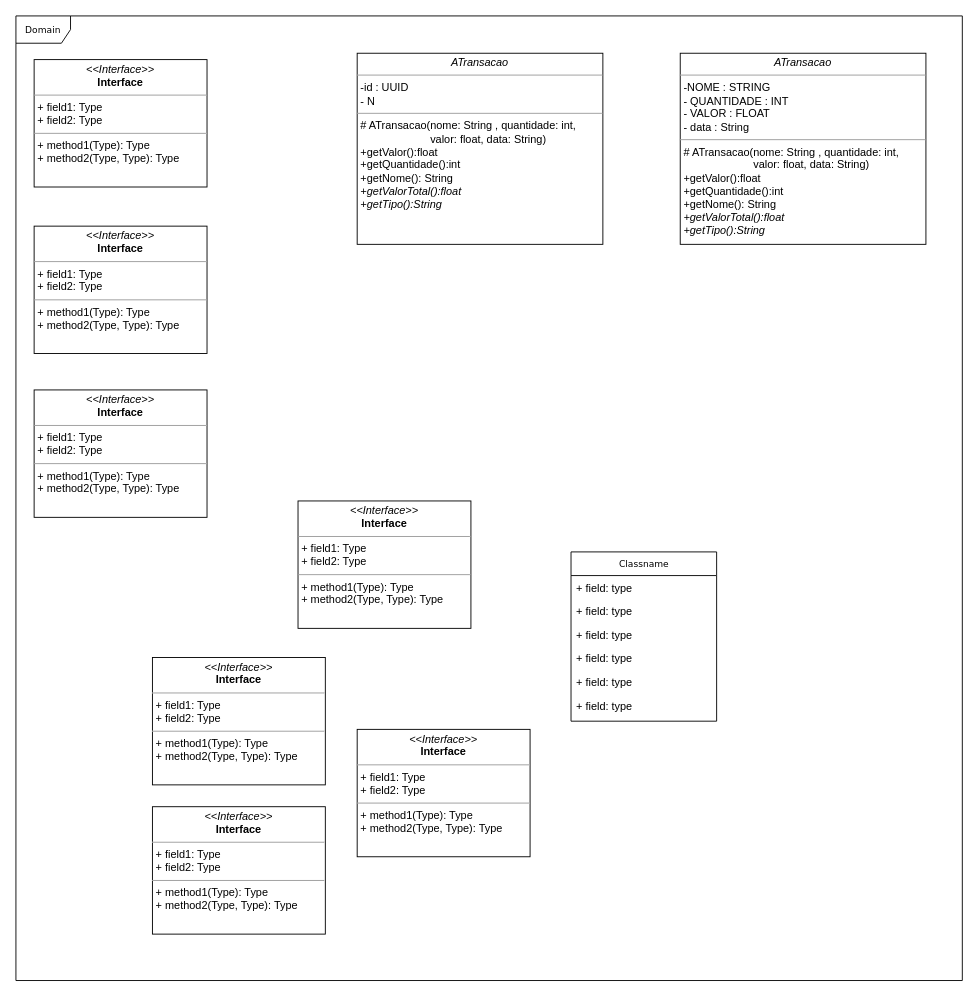
GBSuzuki/projeto-poo keeps this draw.io diagram as UML_Proj_POO.drawio. Above is the earlier version. Source tidied: cells renumbered, new cells numbered last; positions are measured from the earlier drawing's top-left corner, leaving out a move shared by most shapes. Both pictures are drawn from the tidied source at 91%, with x=0, y=0 at pixel (15, 15).
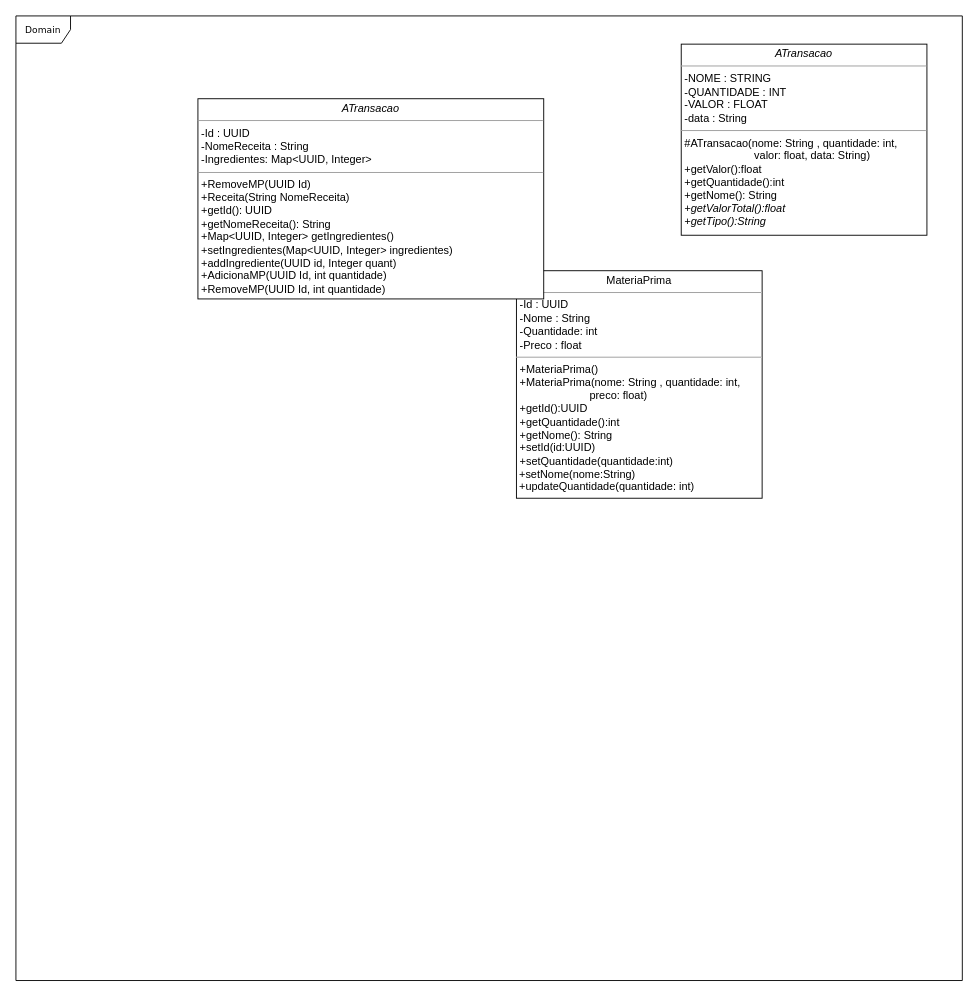
The same diagram, later.

Diff of the diagram source:
```diff
@@
-    <mxCell id="3" value="Classname" style="swimlane;html=1;fontStyle=0;horizontal=1;startSize=26;fillColor=none;swimlaneFillColor=#ffffff;rounded=0;shadow=0;comic=0;labelBackgroundColor=none;strokeColor=#000000;strokeWidth=1;fontFamily=Verdana;fontSize=10;fontColor=#000000;align=center;" parent="1" vertex="1">
-      <mxGeometry x="610" y="589" width="160" height="186" as="geometry" />
-    </mxCell>
-    <mxCell id="4" value="+ field: type" style="text;html=1;strokeColor=none;fillColor=none;align=left;verticalAlign=top;spacingLeft=4;spacingRight=4;whiteSpace=wrap;overflow=hidden;" parent="3" vertex="1">
-      <mxGeometry y="26" width="160" height="26" as="geometry" />
-    </mxCell>
-    <mxCell id="5" value="+ field: type" style="text;html=1;strokeColor=none;fillColor=none;align=left;verticalAlign=top;spacingLeft=4;spacingRight=4;whiteSpace=wrap;overflow=hidden;" parent="3" vertex="1">
-      <mxGeometry y="52" width="160" height="26" as="geometry" />
-    </mxCell>
-    <mxCell id="6" value="+ field: type" style="text;html=1;strokeColor=none;fillColor=none;align=left;verticalAlign=top;spacingLeft=4;spacingRight=4;whiteSpace=wrap;overflow=hidden;" parent="3" vertex="1">
-      <mxGeometry y="78" width="160" height="26" as="geometry" />
-    </mxCell>
-    <mxCell id="7" value="+ field: type" style="text;html=1;strokeColor=none;fillColor=none;align=left;verticalAlign=top;spacingLeft=4;spacingRight=4;whiteSpace=wrap;overflow=hidden;" parent="3" vertex="1">
-      <mxGeometry y="104" width="160" height="26" as="geometry" />
-    </mxCell>
-    <mxCell id="8" value="+ field: type" style="text;html=1;strokeColor=none;fillColor=none;align=left;verticalAlign=top;spacingLeft=4;spacingRight=4;whiteSpace=wrap;overflow=hidden;" parent="3" vertex="1">
-      <mxGeometry y="130" width="160" height="26" as="geometry" />
-    </mxCell>
-    <mxCell id="9" value="+ field: type" style="text;html=1;strokeColor=none;fillColor=none;align=left;verticalAlign=top;spacingLeft=4;spacingRight=4;whiteSpace=wrap;overflow=hidden;" parent="3" vertex="1">
-      <mxGeometry y="156" width="160" height="26" as="geometry" />
-    </mxCell>
@@
-    <mxCell id="11" value="&lt;p style=&quot;margin:0px;margin-top:4px;text-align:center;&quot;&gt;&lt;i&gt;&amp;lt;&amp;lt;Interface&amp;gt;&amp;gt;&lt;/i&gt;&lt;br/&gt;&lt;b&gt;Interface&lt;/b&gt;&lt;/p&gt;&lt;hr size=&quot;1&quot;/&gt;&lt;p style=&quot;margin:0px;margin-left:4px;&quot;&gt;+ field1: Type&lt;br/&gt;+ field2: Type&lt;/p&gt;&lt;hr size=&quot;1&quot;/&gt;&lt;p style=&quot;margin:0px;margin-left:4px;&quot;&gt;+ method1(Type): Type&lt;br/&gt;+ method2(Type, Type): Type&lt;/p&gt;" style="verticalAlign=top;align=left;overflow=fill;fontSize=12;fontFamily=Helvetica;html=1;rounded=0;shadow=0;comic=0;labelBackgroundColor=none;strokeColor=#000000;strokeWidth=1;fillColor=#ffffff;" parent="1" vertex="1">
-      <mxGeometry x="375" y="784" width="190" height="140" as="geometry" />
-    </mxCell>
-    <mxCell id="12" value="&lt;p style=&quot;margin:0px;margin-top:4px;text-align:center;&quot;&gt;&lt;i&gt;&amp;lt;&amp;lt;Interface&amp;gt;&amp;gt;&lt;/i&gt;&lt;br/&gt;&lt;b&gt;Interface&lt;/b&gt;&lt;/p&gt;&lt;hr size=&quot;1&quot;/&gt;&lt;p style=&quot;margin:0px;margin-left:4px;&quot;&gt;+ field1: Type&lt;br/&gt;+ field2: Type&lt;/p&gt;&lt;hr size=&quot;1&quot;/&gt;&lt;p style=&quot;margin:0px;margin-left:4px;&quot;&gt;+ method1(Type): Type&lt;br/&gt;+ method2(Type, Type): Type&lt;/p&gt;" style="verticalAlign=top;align=left;overflow=fill;fontSize=12;fontFamily=Helvetica;html=1;rounded=0;shadow=0;comic=0;labelBackgroundColor=none;strokeColor=#000000;strokeWidth=1;fillColor=#ffffff;" parent="1" vertex="1">
-      <mxGeometry x="310" y="533" width="190" height="140" as="geometry" />
-    </mxCell>
-    <mxCell id="13" value="&lt;p style=&quot;margin:0px;margin-top:4px;text-align:center;&quot;&gt;&lt;i&gt;&amp;lt;&amp;lt;Interface&amp;gt;&amp;gt;&lt;/i&gt;&lt;br/&gt;&lt;b&gt;Interface&lt;/b&gt;&lt;/p&gt;&lt;hr size=&quot;1&quot;/&gt;&lt;p style=&quot;margin:0px;margin-left:4px;&quot;&gt;+ field1: Type&lt;br/&gt;+ field2: Type&lt;/p&gt;&lt;hr size=&quot;1&quot;/&gt;&lt;p style=&quot;margin:0px;margin-left:4px;&quot;&gt;+ method1(Type): Type&lt;br/&gt;+ method2(Type, Type): Type&lt;/p&gt;" style="verticalAlign=top;align=left;overflow=fill;fontSize=12;fontFamily=Helvetica;html=1;rounded=0;shadow=0;comic=0;labelBackgroundColor=none;strokeColor=#000000;strokeWidth=1;fillColor=#ffffff;" parent="1" vertex="1">
-      <mxGeometry x="150" y="869" width="190" height="140" as="geometry" />
-    </mxCell>
-    <mxCell id="14" value="&lt;p style=&quot;margin:0px;margin-top:4px;text-align:center;&quot;&gt;&lt;i&gt;&amp;lt;&amp;lt;Interface&amp;gt;&amp;gt;&lt;/i&gt;&lt;br/&gt;&lt;b&gt;Interface&lt;/b&gt;&lt;/p&gt;&lt;hr size=&quot;1&quot;/&gt;&lt;p style=&quot;margin:0px;margin-left:4px;&quot;&gt;+ field1: Type&lt;br/&gt;+ field2: Type&lt;/p&gt;&lt;hr size=&quot;1&quot;/&gt;&lt;p style=&quot;margin:0px;margin-left:4px;&quot;&gt;+ method1(Type): Type&lt;br/&gt;+ method2(Type, Type): Type&lt;/p&gt;" style="verticalAlign=top;align=left;overflow=fill;fontSize=12;fontFamily=Helvetica;html=1;rounded=0;shadow=0;comic=0;labelBackgroundColor=none;strokeColor=#000000;strokeWidth=1;fillColor=#ffffff;" parent="1" vertex="1">
-      <mxGeometry x="150" y="705" width="190" height="140" as="geometry" />
-    </mxCell>
-    <mxCell id="15" value="&lt;p style=&quot;margin: 0px ; margin-top: 4px ; text-align: center&quot;&gt;&lt;i&gt;ATransacao&lt;/i&gt;&lt;/p&gt;&lt;hr size=&quot;1&quot;&gt;&lt;p style=&quot;margin: 0px ; margin-left: 4px&quot;&gt;-NOME : STRING&lt;br&gt;- QUANTIDADE : INT&lt;br&gt;&lt;/p&gt;&lt;p style=&quot;margin: 0px ; margin-left: 4px&quot;&gt;- VALOR : FLOAT&lt;br&gt;&lt;/p&gt;&lt;p style=&quot;margin: 0px ; margin-left: 4px&quot;&gt;- data : String&lt;/p&gt;&lt;hr size=&quot;1&quot;&gt;&lt;p style=&quot;margin: 0px ; margin-left: 4px&quot;&gt;# ATransacao(nome: String , quantidade: int,&amp;nbsp;&lt;/p&gt;&lt;p style=&quot;margin: 0px ; margin-left: 4px&quot;&gt;&amp;nbsp; &amp;nbsp; &amp;nbsp; &amp;nbsp; &amp;nbsp; &amp;nbsp; &amp;nbsp; &amp;nbsp; &amp;nbsp; &amp;nbsp; &amp;nbsp; &amp;nbsp;valor: float, data: String)&lt;br&gt;&lt;/p&gt;&lt;p style=&quot;margin: 0px ; margin-left: 4px&quot;&gt;+getValor():float&lt;/p&gt;&lt;p style=&quot;margin: 0px ; margin-left: 4px&quot;&gt;+getQuantidade():int&lt;/p&gt;&lt;p style=&quot;margin: 0px ; margin-left: 4px&quot;&gt;+getNome(): String&lt;/p&gt;&lt;p style=&quot;margin: 0px ; margin-left: 4px&quot;&gt;&lt;i&gt;+getValorTotal():float&lt;/i&gt;&lt;/p&gt;&lt;p style=&quot;margin: 0px ; margin-left: 4px&quot;&gt;&lt;i&gt;+getTipo():String&lt;/i&gt;&lt;/p&gt;" style="verticalAlign=top;align=left;overflow=fill;fontSize=12;fontFamily=Helvetica;html=1;rounded=0;shadow=0;comic=0;labelBackgroundColor=none;strokeColor=#000000;strokeWidth=1;fillColor=#ffffff;" parent="1" vertex="1">
-      <mxGeometry x="730" y="41" width="270" height="210" as="geometry" />
+    <mxCell id="15" value="&lt;p style=&quot;margin: 0px ; margin-top: 4px ; text-align: center&quot;&gt;&lt;i&gt;ATransacao&lt;/i&gt;&lt;/p&gt;&lt;hr size=&quot;1&quot;&gt;&lt;p style=&quot;margin: 0px ; margin-left: 4px&quot;&gt;-NOME : STRING&lt;br&gt;-QUANTIDADE : INT&lt;br&gt;&lt;/p&gt;&lt;p style=&quot;margin: 0px ; margin-left: 4px&quot;&gt;-VALOR : FLOAT&lt;br&gt;&lt;/p&gt;&lt;p style=&quot;margin: 0px ; margin-left: 4px&quot;&gt;-data : String&lt;/p&gt;&lt;hr size=&quot;1&quot;&gt;&lt;p style=&quot;margin: 0px ; margin-left: 4px&quot;&gt;#ATransacao(nome: String , quantidade: int,&amp;nbsp;&lt;/p&gt;&lt;p style=&quot;margin: 0px ; margin-left: 4px&quot;&gt;&amp;nbsp; &amp;nbsp; &amp;nbsp; &amp;nbsp; &amp;nbsp; &amp;nbsp; &amp;nbsp; &amp;nbsp; &amp;nbsp; &amp;nbsp; &amp;nbsp; &amp;nbsp;valor: float, data: String)&lt;br&gt;&lt;/p&gt;&lt;p style=&quot;margin: 0px ; margin-left: 4px&quot;&gt;+getValor():float&lt;/p&gt;&lt;p style=&quot;margin: 0px ; margin-left: 4px&quot;&gt;+getQuantidade():int&lt;/p&gt;&lt;p style=&quot;margin: 0px ; margin-left: 4px&quot;&gt;+getNome(): String&lt;/p&gt;&lt;p style=&quot;margin: 0px ; margin-left: 4px&quot;&gt;&lt;i&gt;+getValorTotal():float&lt;/i&gt;&lt;/p&gt;&lt;p style=&quot;margin: 0px ; margin-left: 4px&quot;&gt;&lt;i&gt;+getTipo():String&lt;/i&gt;&lt;/p&gt;" style="verticalAlign=top;align=left;overflow=fill;fontSize=12;fontFamily=Helvetica;html=1;rounded=0;shadow=0;comic=0;labelBackgroundColor=none;strokeColor=#000000;strokeWidth=1;fillColor=#ffffff;" parent="1" vertex="1">
+      <mxGeometry x="731.1" y="31" width="270" height="210" as="geometry" />
     </mxCell>
-    <mxCell id="16" value="&lt;p style=&quot;margin:0px;margin-top:4px;text-align:center;&quot;&gt;&lt;i&gt;&amp;lt;&amp;lt;Interface&amp;gt;&amp;gt;&lt;/i&gt;&lt;br/&gt;&lt;b&gt;Interface&lt;/b&gt;&lt;/p&gt;&lt;hr size=&quot;1&quot;/&gt;&lt;p style=&quot;margin:0px;margin-left:4px;&quot;&gt;+ field1: Type&lt;br/&gt;+ field2: Type&lt;/p&gt;&lt;hr size=&quot;1&quot;/&gt;&lt;p style=&quot;margin:0px;margin-left:4px;&quot;&gt;+ method1(Type): Type&lt;br/&gt;+ method2(Type, Type): Type&lt;/p&gt;" style="verticalAlign=top;align=left;overflow=fill;fontSize=12;fontFamily=Helvetica;html=1;rounded=0;shadow=0;comic=0;labelBackgroundColor=none;strokeColor=#000000;strokeWidth=1;fillColor=#ffffff;" parent="1" vertex="1">
-      <mxGeometry x="20" y="48" width="190" height="140" as="geometry" />
-    </mxCell>
-    <mxCell id="17" value="&lt;p style=&quot;margin:0px;margin-top:4px;text-align:center;&quot;&gt;&lt;i&gt;&amp;lt;&amp;lt;Interface&amp;gt;&amp;gt;&lt;/i&gt;&lt;br/&gt;&lt;b&gt;Interface&lt;/b&gt;&lt;/p&gt;&lt;hr size=&quot;1&quot;/&gt;&lt;p style=&quot;margin:0px;margin-left:4px;&quot;&gt;+ field1: Type&lt;br/&gt;+ field2: Type&lt;/p&gt;&lt;hr size=&quot;1&quot;/&gt;&lt;p style=&quot;margin:0px;margin-left:4px;&quot;&gt;+ method1(Type): Type&lt;br/&gt;+ method2(Type, Type): Type&lt;/p&gt;" style="verticalAlign=top;align=left;overflow=fill;fontSize=12;fontFamily=Helvetica;html=1;rounded=0;shadow=0;comic=0;labelBackgroundColor=none;strokeColor=#000000;strokeWidth=1;fillColor=#ffffff;" parent="1" vertex="1">
-      <mxGeometry x="20" y="231" width="190" height="140" as="geometry" />
-    </mxCell>
-    <mxCell id="18" value="&lt;p style=&quot;margin:0px;margin-top:4px;text-align:center;&quot;&gt;&lt;i&gt;&amp;lt;&amp;lt;Interface&amp;gt;&amp;gt;&lt;/i&gt;&lt;br/&gt;&lt;b&gt;Interface&lt;/b&gt;&lt;/p&gt;&lt;hr size=&quot;1&quot;/&gt;&lt;p style=&quot;margin:0px;margin-left:4px;&quot;&gt;+ field1: Type&lt;br/&gt;+ field2: Type&lt;/p&gt;&lt;hr size=&quot;1&quot;/&gt;&lt;p style=&quot;margin:0px;margin-left:4px;&quot;&gt;+ method1(Type): Type&lt;br/&gt;+ method2(Type, Type): Type&lt;/p&gt;" style="verticalAlign=top;align=left;overflow=fill;fontSize=12;fontFamily=Helvetica;html=1;rounded=0;shadow=0;comic=0;labelBackgroundColor=none;strokeColor=#000000;strokeWidth=1;fillColor=#ffffff;" parent="1" vertex="1">
-      <mxGeometry x="20" y="411" width="190" height="140" as="geometry" />
-    </mxCell>
-    <mxCell id="19" value="&lt;p style=&quot;margin: 0px ; margin-top: 4px ; text-align: center&quot;&gt;&lt;i&gt;ATransacao&lt;/i&gt;&lt;/p&gt;&lt;hr size=&quot;1&quot;&gt;&lt;p style=&quot;margin: 0px ; margin-left: 4px&quot;&gt;-id : UUID&lt;/p&gt;&lt;p style=&quot;margin: 0px ; margin-left: 4px&quot;&gt;- N&amp;nbsp;&lt;br&gt;&lt;/p&gt;&lt;hr size=&quot;1&quot;&gt;&lt;p style=&quot;margin: 0px ; margin-left: 4px&quot;&gt;# ATransacao(nome: String , quantidade: int,&amp;nbsp;&lt;/p&gt;&lt;p style=&quot;margin: 0px ; margin-left: 4px&quot;&gt;&amp;nbsp; &amp;nbsp; &amp;nbsp; &amp;nbsp; &amp;nbsp; &amp;nbsp; &amp;nbsp; &amp;nbsp; &amp;nbsp; &amp;nbsp; &amp;nbsp; &amp;nbsp;valor: float, data: String)&lt;br&gt;&lt;/p&gt;&lt;p style=&quot;margin: 0px ; margin-left: 4px&quot;&gt;+getValor():float&lt;/p&gt;&lt;p style=&quot;margin: 0px ; margin-left: 4px&quot;&gt;+getQuantidade():int&lt;/p&gt;&lt;p style=&quot;margin: 0px ; margin-left: 4px&quot;&gt;+getNome(): String&lt;/p&gt;&lt;p style=&quot;margin: 0px ; margin-left: 4px&quot;&gt;&lt;i&gt;+getValorTotal():float&lt;/i&gt;&lt;/p&gt;&lt;p style=&quot;margin: 0px ; margin-left: 4px&quot;&gt;&lt;i&gt;+getTipo():String&lt;/i&gt;&lt;/p&gt;" style="verticalAlign=top;align=left;overflow=fill;fontSize=12;fontFamily=Helvetica;html=1;rounded=0;shadow=0;comic=0;labelBackgroundColor=none;strokeColor=#000000;strokeWidth=1;fillColor=#ffffff;" parent="1" vertex="1">
-      <mxGeometry x="375" y="41" width="270" height="210" as="geometry" />
+    <mxCell id="19" value="&lt;p style=&quot;margin: 0px ; margin-top: 4px ; text-align: center&quot;&gt;MateriaPrima&lt;/p&gt;&lt;hr size=&quot;1&quot;&gt;&lt;p style=&quot;margin: 0px ; margin-left: 4px&quot;&gt;-Id : UUID&lt;/p&gt;&lt;p style=&quot;margin: 0px ; margin-left: 4px&quot;&gt;-Nome : String&lt;/p&gt;&lt;p style=&quot;margin: 0px ; margin-left: 4px&quot;&gt;-Quantidade: int&lt;/p&gt;&lt;p style=&quot;margin: 0px ; margin-left: 4px&quot;&gt;-Preco : float&lt;br&gt;&lt;/p&gt;&lt;hr size=&quot;1&quot;&gt;&lt;p style=&quot;margin: 0px ; margin-left: 4px&quot;&gt;+MateriaPrima()&lt;/p&gt;&lt;p style=&quot;margin: 0px ; margin-left: 4px&quot;&gt;+MateriaPrima(nome: String , quantidade: int,&amp;nbsp;&lt;/p&gt;&lt;p style=&quot;margin: 0px ; margin-left: 4px&quot;&gt;&amp;nbsp; &amp;nbsp; &amp;nbsp; &amp;nbsp; &amp;nbsp; &amp;nbsp; &amp;nbsp; &amp;nbsp; &amp;nbsp; &amp;nbsp; &amp;nbsp; &amp;nbsp;preco: float)&lt;br&gt;&lt;/p&gt;&lt;p style=&quot;margin: 0px ; margin-left: 4px&quot;&gt;+getId():UUID&lt;/p&gt;&lt;p style=&quot;margin: 0px ; margin-left: 4px&quot;&gt;+getQuantidade():int&lt;/p&gt;&lt;p style=&quot;margin: 0px ; margin-left: 4px&quot;&gt;+getNome(): String&lt;/p&gt;&lt;p style=&quot;margin: 0px ; margin-left: 4px&quot;&gt;+setId(id:UUID)&lt;/p&gt;&lt;p style=&quot;margin: 0px ; margin-left: 4px&quot;&gt;+setQuantidade(quantidade:int)&lt;/p&gt;&amp;nbsp;+setNome(nome:String)&lt;br&gt;&amp;nbsp;+updateQuantidade(quantidade: int)" style="verticalAlign=top;align=left;overflow=fill;fontSize=12;fontFamily=Helvetica;html=1;rounded=0;shadow=0;comic=0;labelBackgroundColor=none;strokeColor=#000000;strokeWidth=1;fillColor=#ffffff;" parent="1" vertex="1">
+      <mxGeometry x="550" y="280" width="270" height="250" as="geometry" />
     </mxCell>
+    <mxCell id="20" value="&lt;p style=&quot;margin: 0px ; margin-top: 4px ; text-align: center&quot;&gt;&lt;i&gt;ATransacao&lt;/i&gt;&lt;/p&gt;&lt;hr size=&quot;1&quot;&gt;&lt;p style=&quot;margin: 0px 0px 0px 4px&quot;&gt;-Id : UUID&lt;/p&gt;&lt;p style=&quot;margin: 0px 0px 0px 4px&quot;&gt;-NomeReceita : String&amp;nbsp;&lt;/p&gt;&lt;p style=&quot;margin: 0px ; margin-left: 4px&quot;&gt;-Ingredientes:&amp;nbsp;Map&amp;lt;UUID, Integer&amp;gt;&lt;/p&gt;&lt;hr size=&quot;1&quot;&gt;&lt;p style=&quot;margin: 0px ; margin-left: 4px&quot;&gt;+RemoveMP(UUID Id)&lt;br&gt;&lt;/p&gt;&lt;p style=&quot;margin: 0px ; margin-left: 4px&quot;&gt;+Receita(String NomeReceita)&lt;/p&gt;&lt;p style=&quot;margin: 0px ; margin-left: 4px&quot;&gt;&lt;span&gt;+getId(): UUID&lt;/span&gt;&lt;/p&gt;&lt;p style=&quot;margin: 0px ; margin-left: 4px&quot;&gt;&lt;span&gt;+getNomeReceita(): String&lt;/span&gt;&lt;br&gt;&lt;/p&gt;&lt;p style=&quot;margin: 0px ; margin-left: 4px&quot;&gt;&lt;span&gt;+Map&amp;lt;UUID, Integer&amp;gt; getIngredientes(&lt;/span&gt;&lt;span&gt;)&amp;nbsp;&lt;/span&gt;&lt;/p&gt;&lt;p style=&quot;margin: 0px ; margin-left: 4px&quot;&gt;&lt;span&gt;+setIngredientes(Map&amp;lt;UUID, Integer&amp;gt; ingredientes)&amp;nbsp;&lt;/span&gt;&lt;/p&gt;&lt;p style=&quot;margin: 0px ; margin-left: 4px&quot;&gt;+addIngrediente(UUID id, Integer quant)&lt;/p&gt;&lt;p style=&quot;margin: 0px ; margin-left: 4px&quot;&gt;&lt;span&gt;+AdicionaMP(UUID Id, int quantidade)&amp;nbsp;&lt;/span&gt;&lt;br&gt;&lt;/p&gt;&lt;p style=&quot;margin: 0px ; margin-left: 4px&quot;&gt;&lt;span&gt;+RemoveMP(UUID Id, int quantidade)&amp;nbsp;&lt;/span&gt;&lt;br&gt;&lt;/p&gt;&lt;p style=&quot;margin: 0px ; margin-left: 4px&quot;&gt;&lt;br&gt;&lt;/p&gt;&lt;p style=&quot;margin: 0px ; margin-left: 4px&quot;&gt;&lt;br&gt;&lt;/p&gt;" style="verticalAlign=top;align=left;overflow=fill;fontSize=12;fontFamily=Helvetica;html=1;rounded=0;shadow=0;comic=0;labelBackgroundColor=none;strokeColor=#000000;strokeWidth=1;fillColor=#ffffff;" parent="1" vertex="1">
+      <mxGeometry x="200" y="91" width="380" height="220" as="geometry" />
+    </mxCell>
```
